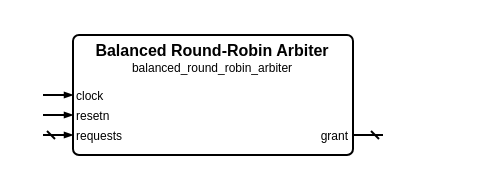
The draw.io diagram sources/arbiter/balanced_round_robin_arbiter/balanced_round_robin_arbiter.symbol.drawio in Louis-DR/OmniCores-BuildingBlocks, before the edit. Source tidied: cells renumbered, new cells numbered last; positions are measured from the earlier drawing's top-left corner, leaving out a move shared by most shapes. Both pictures are drawn from the tidied source at 200%, with x=0, y=0 at pixel (42, 34).
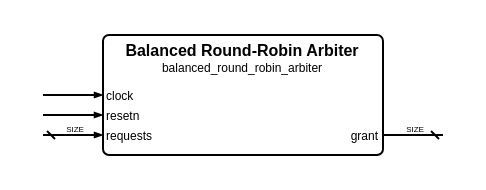
The same page after the edit.

Diff of the diagram source:
```diff
@@
 <mxGraphModel>
   <root>
     <mxCell id="0" />
     <mxCell id="1" parent="0" />
     <mxCell id="2" style="group;" parent="1" vertex="1">
-      <mxGeometry width="170" height="60" as="geometry" />
+      <mxGeometry width="200" height="60" as="geometry" />
     </mxCell>
     <mxCell id="3" style="rounded=1;arcSize=5;fillColor=none;strokeWidth=1;strokeColor=black;whiteSpace=wrap;html=1;" parent="2" vertex="1">
-      <mxGeometry x="15" width="140" height="60" as="geometry" />
+      <mxGeometry x="30" width="140" height="60" as="geometry" />
     </mxCell>
     <mxCell id="4" value="Balanced Round-Robin Arbiter" style="text;html=1;align=center;verticalAlign=middle;whiteSpace=wrap;rounded=0;fontSize=8;fontStyle=1;fontColor=black;" parent="2" vertex="1">
-      <mxGeometry x="15" y="7" width="140" as="geometry" />
+      <mxGeometry x="30" y="7" width="140" as="geometry" />
     </mxCell>
     <mxCell id="5" value="balanced_round_robin_arbiter" style="text;html=1;align=center;verticalAlign=middle;whiteSpace=wrap;rounded=0;fontSize=6;fontStyle=0;fontColor=black;" parent="2" vertex="1">
-      <mxGeometry x="15" y="16" width="140" as="geometry" />
+      <mxGeometry x="30" y="16" width="140" as="geometry" />
     </mxCell>
     <mxCell id="6" value="clock" style="text;html=1;align=left;verticalAlign=middle;whiteSpace=wrap;rounded=0;fontSize=6;fontStyle=0;fontColor=black;" parent="2" vertex="1">
-      <mxGeometry x="15" y="30" width="140" as="geometry" />
+      <mxGeometry x="30" y="30" width="140" as="geometry" />
     </mxCell>
     <mxCell id="7" style="html=1;rounded=1;strokeWidth=1;strokeColor=black;startFill=0;startSize=2;startArrow=none;endFill=1;endSize=2;endArrow=blockThin;sourcePerimeterSpacing=0;" parent="2" edge="1">
       <mxGeometry relative="1" as="geometry">
         <mxPoint y="30" as="sourcePoint" />
-        <mxPoint x="15" y="30" as="targetPoint" />
+        <mxPoint x="30" y="30" as="targetPoint" />
       </mxGeometry>
     </mxCell>
     <mxCell id="8" value="resetn" style="text;html=1;align=left;verticalAlign=middle;whiteSpace=wrap;rounded=0;fontSize=6;fontStyle=0;fontColor=black;" parent="2" vertex="1">
-      <mxGeometry x="15" y="40" width="140" as="geometry" />
+      <mxGeometry x="30" y="40" width="140" as="geometry" />
     </mxCell>
     <mxCell id="9" style="html=1;rounded=1;strokeWidth=1;strokeColor=black;startFill=0;startSize=2;startArrow=none;endFill=1;endSize=2;endArrow=blockThin;sourcePerimeterSpacing=0;" parent="2" edge="1">
       <mxGeometry relative="1" as="geometry">
         <mxPoint y="40" as="sourcePoint" />
-        <mxPoint x="15" y="40" as="targetPoint" />
+        <mxPoint x="30" y="40" as="targetPoint" />
       </mxGeometry>
     </mxCell>
     <mxCell id="10" value="requests" style="text;html=1;align=left;verticalAlign=middle;whiteSpace=wrap;rounded=0;fontSize=6;fontStyle=0;fontColor=black;" parent="2" vertex="1">
-      <mxGeometry x="15" y="50" width="140" as="geometry" />
+      <mxGeometry x="30" y="50" width="140" as="geometry" />
     </mxCell>
     <mxCell id="11" style="html=1;rounded=1;strokeWidth=1;strokeColor=black;startFill=0;startSize=2;startArrow=dash;endFill=1;endSize=2;endArrow=blockThin;sourcePerimeterSpacing=0;" parent="2" edge="1">
       <mxGeometry relative="1" as="geometry">
         <mxPoint y="50" as="sourcePoint" />
-        <mxPoint x="15" y="50" as="targetPoint" />
+        <mxPoint x="30" y="50" as="targetPoint" />
       </mxGeometry>
     </mxCell>
+    <mxCell id="14" value="SIZE" style="text;html=1;align=center;verticalAlign=middle;whiteSpace=nowrap;rounded=0;fontSize=4;fontStyle=0;fontColor=black;" parent="2" vertex="1">
+      <mxGeometry x="15" y="47" as="geometry" />
+    </mxCell>
     <mxCell id="12" value="grant" style="text;html=1;align=right;verticalAlign=middle;whiteSpace=wrap;rounded=0;fontSize=6;fontStyle=0;fontColor=black;" parent="2" vertex="1">
-      <mxGeometry x="15" y="50" width="140" as="geometry" />
+      <mxGeometry x="30" y="50" width="140" as="geometry" />
     </mxCell>
     <mxCell id="13" style="html=1;rounded=1;strokeWidth=1;strokeColor=black;startFill=0;startSize=2;startArrow=dash;endFill=1;endSize=2;endArrow=none;sourcePerimeterSpacing=0;" parent="2" edge="1">
       <mxGeometry relative="1" as="geometry">
-        <mxPoint x="170" y="50" as="sourcePoint" />
-        <mxPoint x="155" y="50" as="targetPoint" />
+        <mxPoint x="200" y="50" as="sourcePoint" />
+        <mxPoint x="170" y="50" as="targetPoint" />
       </mxGeometry>
     </mxCell>
+    <mxCell id="15" value="SIZE" style="text;html=1;align=center;verticalAlign=middle;whiteSpace=nowrap;rounded=0;fontSize=4;fontStyle=0;fontColor=black;" parent="2" vertex="1">
+      <mxGeometry x="185" y="47" as="geometry" />
+    </mxCell>
   </root>
 </mxGraphModel>
```
